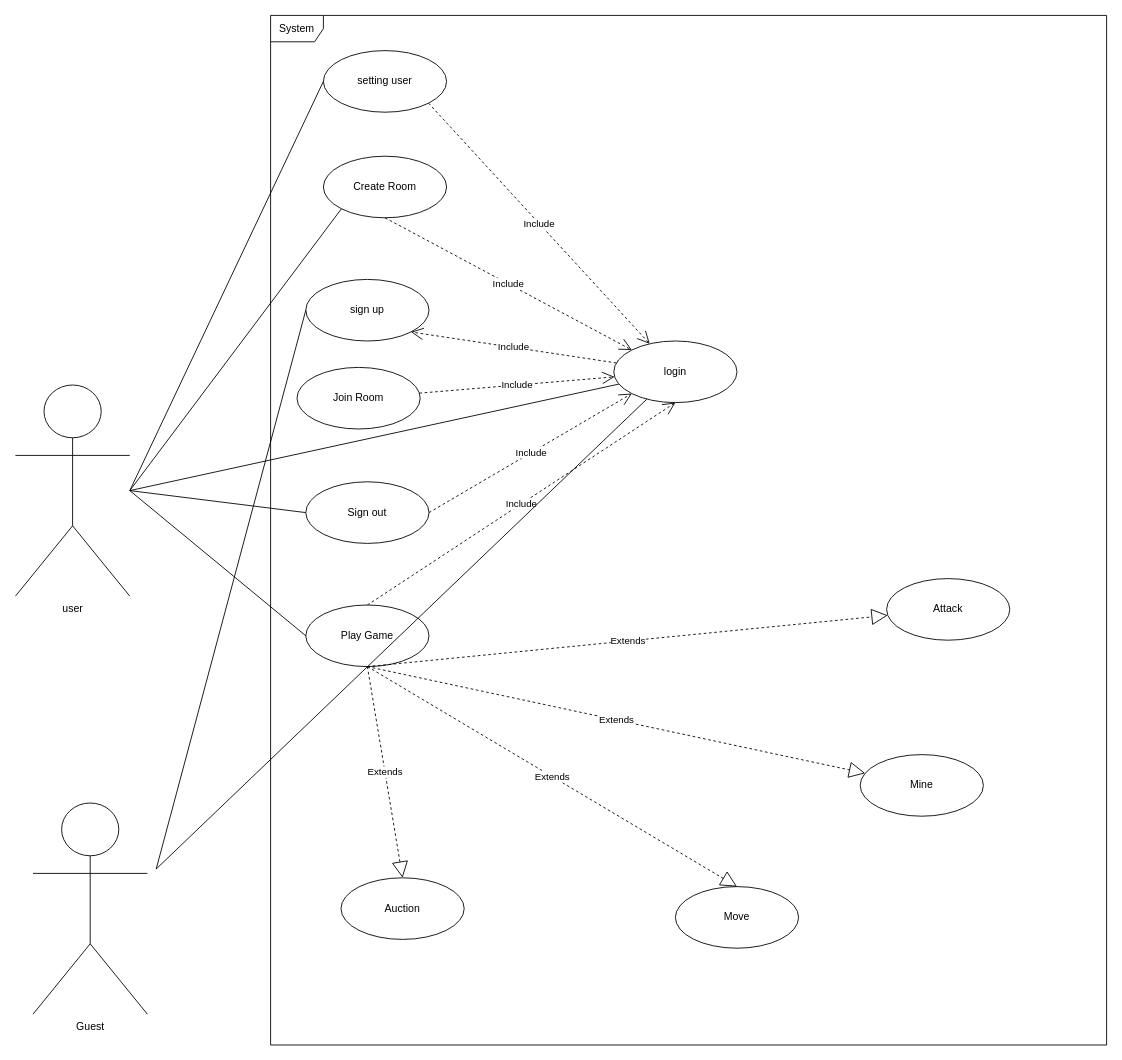
Earlier version of the draw.io diagram Diagrams/Usecase diagram.drawio (paowick/ChessButEbay). Source tidied: cells renumbered, new cells numbered last; positions are measured from the earlier drawing's top-left corner, leaving out a move shared by most shapes. Both pictures are drawn from the tidied source at 88%, with x=0, y=0 at pixel (15, 15).
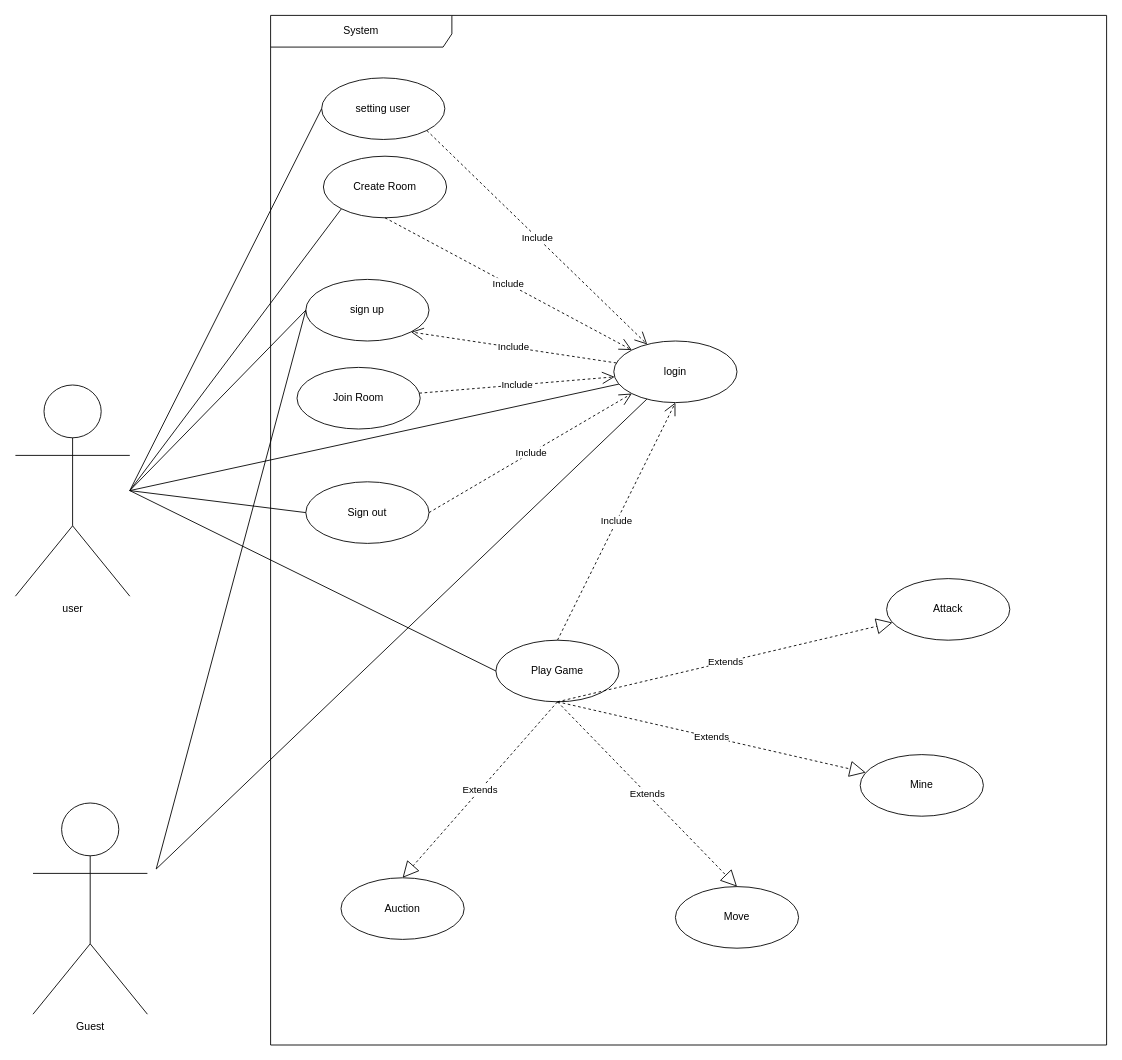
The same page after the edit.

The change refers to these unchanged cells:
```xml
<mxCell id="6" value="sign up" style="ellipse;whiteSpace=wrap;html=1;" parent="1" vertex="1">
  <mxGeometry x="330" y="300" width="140" height="70" as="geometry" />
</mxCell>
<mxCell id="14" value="Attack" style="ellipse;whiteSpace=wrap;html=1;" parent="1" vertex="1">
  <mxGeometry x="990" y="640" width="140" height="70" as="geometry" />
</mxCell>
```

Diff of the diagram source:
```diff
@@
-    <mxCell id="4" value="System" style="shape=umlFrame;whiteSpace=wrap;html=1;" parent="1" vertex="1">
+    <mxCell id="4" value="System" style="shape=umlFrame;whiteSpace=wrap;html=1;width=206;height=36;" parent="1" vertex="1">
       <mxGeometry x="290" width="950" height="1170" as="geometry" />
     </mxCell>
@@
     <mxCell id="10" value="Play Game" style="ellipse;whiteSpace=wrap;html=1;" parent="1" vertex="1">
-      <mxGeometry x="330" y="670" width="140" height="70" as="geometry" />
+      <mxGeometry x="546" y="710" width="140" height="70" as="geometry" />
     </mxCell>
@@
-    <mxCell id="17" value="Extends" style="endArrow=block;endSize=16;endFill=0;html=1;dashed=1;" parent="1" edge="1" target="14">
-      <mxGeometry relative="1" as="geometry">
-        <mxPoint x="400" y="740" as="sourcePoint" />
-      </mxGeometry>
+    <mxCell id="17" value="Extends" style="endArrow=block;endSize=16;endFill=0;html=1;dashed=1;exitX=0.5;exitY=1;exitDx=0;exitDy=0;" parent="1" edge="1" source="10" target="14">
+      <mxGeometry relative="1" as="geometry" />
     </mxCell>
@@
     <mxCell id="30" value="setting user" style="ellipse;whiteSpace=wrap;html=1;" parent="1" vertex="1">
-      <mxGeometry x="350" y="40" width="140" height="70" as="geometry" />
+      <mxGeometry x="348" y="71" width="140" height="70" as="geometry" />
     </mxCell>
@@
+    <mxCell id="33" style="html=1;endArrow=none;endFill=0;entryX=0;entryY=0.5;entryDx=0;entryDy=0;" parent="1" edge="1" target="6">
+      <mxGeometry relative="1" as="geometry">
+        <mxPoint x="130" y="540" as="sourcePoint" />
+      </mxGeometry>
+    </mxCell>
```
